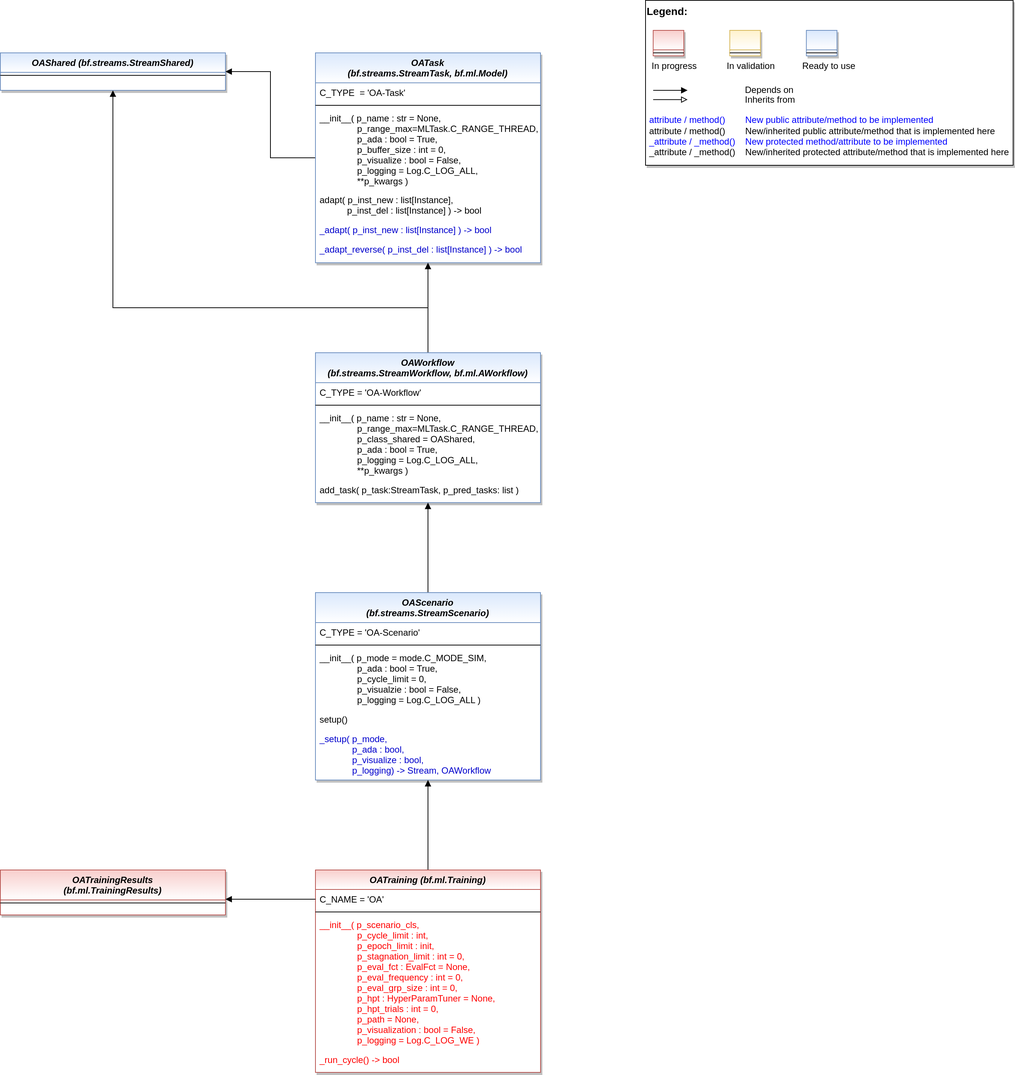
The draw.io diagram doc/rtd/content/99_appendices/appendix2/sub/core/mlpro_oa/streams/images/MLPro-OA-Stream-Processing_class_diagram.drawio.png in fhswf/MLPro, before a commit. Source tidied: cells renumbered, new cells last; positions are measured from the earlier drawing's top-left corner, leaving out a move shared by most shapes. Its diagram source:
```xml
<mxGraphModel>
  <root>
    <mxCell id="0" />
    <mxCell id="1" parent="0" />
    <mxCell id="2" style="edgeStyle=orthogonalEdgeStyle;rounded=0;jettySize=auto;html=1;fontColor=#FF0000;endArrow=block;endFill=1;" parent="1" edge="1" source="3" target="42">
      <mxGeometry relative="1" as="geometry" />
    </mxCell>
    <mxCell id="3" value="OATask &#10;(bf.streams.StreamTask, bf.ml.Model)" style="swimlane;fontStyle=3;align=center;verticalAlign=top;horizontal=1;startSize=40;rounded=0;shadow=1;strokeWidth=1;fillColor=#dae8fc;strokeColor=#6c8ebf;swimlaneFillColor=#ffffff;gradientColor=#FFFFFF;" parent="1" vertex="1">
      <mxGeometry x="420" y="70" width="300" height="280" as="geometry" />
    </mxCell>
    <mxCell id="4" value="C_TYPE  = 'OA-Task'" style="text;align=left;verticalAlign=top;spacingLeft=4;spacingRight=4;overflow=hidden;" parent="3" vertex="1">
      <mxGeometry y="40" width="300" height="26" as="geometry" />
    </mxCell>
    <mxCell id="5" style="line;html=1;strokeWidth=1;align=left;verticalAlign=middle;spacingTop=-1;spacingLeft=3;spacingRight=3;labelPosition=right;" parent="3" vertex="1">
      <mxGeometry y="66" width="300" height="8" as="geometry" />
    </mxCell>
    <mxCell id="6" value="__init__( p_name : str = None,&#10;               p_range_max=MLTask.C_RANGE_THREAD,&#10;               p_ada : bool = True,&#10;               p_buffer_size : int = 0,&#10;               p_visualize : bool = False,&#10;               p_logging = Log.C_LOG_ALL,&#10;               **p_kwargs )" style="text;align=left;verticalAlign=top;spacingLeft=4;spacingRight=4;overflow=hidden;fontColor=default;" parent="3" vertex="1">
      <mxGeometry y="74" width="300" height="109" as="geometry" />
    </mxCell>
    <mxCell id="7" value="adapt( p_inst_new : list[Instance],&#10;           p_inst_del : list[Instance] ) -&gt; bool" style="text;align=left;verticalAlign=top;spacingLeft=4;spacingRight=4;overflow=hidden;fontColor=default;" parent="3" vertex="1">
      <mxGeometry y="183" width="300" height="40" as="geometry" />
    </mxCell>
    <mxCell id="8" value="_adapt( p_inst_new : list[Instance] ) -&gt; bool" style="text;align=left;verticalAlign=top;spacingLeft=4;spacingRight=4;overflow=hidden;fontColor=#0000CC;" parent="3" vertex="1">
      <mxGeometry y="223" width="300" height="26" as="geometry" />
    </mxCell>
    <mxCell id="9" value="_adapt_reverse( p_inst_del : list[Instance] ) -&gt; bool" style="text;align=left;verticalAlign=top;spacingLeft=4;spacingRight=4;overflow=hidden;fontColor=#0000CC;" parent="3" vertex="1">
      <mxGeometry y="249" width="300" height="26" as="geometry" />
    </mxCell>
    <mxCell id="10" style="group;" parent="1" vertex="1">
      <mxGeometry x="860" width="490" height="220" as="geometry" />
    </mxCell>
    <mxCell id="11" value="&lt;font color=&quot;#000000&quot; size=&quot;1&quot;&gt;&lt;b style=&quot;font-size: 14px&quot;&gt;Legend:&lt;br&gt;&lt;/b&gt;&lt;/font&gt;&lt;br&gt;&lt;br&gt;&lt;br&gt;&lt;font color=&quot;#0000ff&quot; style=&quot;font-size: 6px&quot;&gt;&lt;br&gt;&lt;/font&gt;&lt;span style=&quot;color: rgb(0 , 0 , 0)&quot;&gt;&lt;font style=&quot;font-size: 4px&quot;&gt;&amp;nbsp; &amp;nbsp;&lt;/font&gt;&amp;nbsp;In progress&amp;nbsp; &amp;nbsp; &amp;nbsp; &amp;nbsp; &amp;nbsp; &amp;nbsp; In validation&amp;nbsp; &amp;nbsp; &amp;nbsp; &amp;nbsp; &amp;nbsp; &amp;nbsp;Ready to use&lt;/span&gt;&lt;font color=&quot;#000000&quot;&gt;&amp;nbsp;&lt;br&gt;&lt;/font&gt;&lt;font color=&quot;#0000ff&quot;&gt;&lt;br&gt;&lt;br&gt;&lt;br&gt;&lt;br&gt;&amp;nbsp;attribute / method()&amp;nbsp; &amp;nbsp; &amp;nbsp; &amp;nbsp; New public attribute/method to be implemented&lt;/font&gt;&lt;br&gt;&lt;font color=&quot;#000000&quot;&gt;&amp;nbsp;&lt;/font&gt;&lt;font color=&quot;#000000&quot;&gt;attribute / method()&lt;span&gt;&#9;&lt;/span&gt;&amp;nbsp; &amp;nbsp; &amp;nbsp; &amp;nbsp;New/inherited public attribute/method that is implemented here&lt;br&gt;&lt;/font&gt;&lt;font color=&quot;#0000ff&quot;&gt;&amp;nbsp;_attribute /&amp;nbsp;&lt;/font&gt;&lt;font color=&quot;#0000ff&quot;&gt;_method()&amp;nbsp; &amp;nbsp; New protected method/attribute to be implemented&lt;/font&gt;&lt;br&gt;&lt;font color=&quot;#000000&quot;&gt;&amp;nbsp;_attribute / _method()&amp;nbsp; &amp;nbsp; New/inherited protected attribute/method that is implemented here&lt;br&gt;&lt;/font&gt;&lt;font color=&quot;#000000&quot;&gt;&lt;br&gt;&lt;br&gt;&lt;br&gt;&lt;br&gt;&lt;br&gt;&lt;/font&gt;" style="text;html=1;align=left;verticalAlign=top;whiteSpace=wrap;rounded=0;fontColor=#006600;strokeColor=#000000;shadow=1;fillColor=#ffffff;" parent="10" vertex="1">
      <mxGeometry width="490" height="220" as="geometry" />
    </mxCell>
    <mxCell id="12" value="Depends on" style="endArrow=block;html=1;labelPosition=right;verticalLabelPosition=middle;align=left;verticalAlign=middle;endFill=1;fontSize=12;" parent="10" edge="1">
      <mxGeometry x="-1623.1" y="-2180" as="geometry">
        <mxPoint x="10.2" y="120" as="sourcePoint" />
        <mxPoint x="56" y="120" as="targetPoint" />
        <Array as="points">
          <mxPoint x="30.6" y="120" />
        </Array>
        <mxPoint x="98" as="offset" />
      </mxGeometry>
    </mxCell>
    <mxCell id="13" value="Inherits from" style="endArrow=block;html=1;labelPosition=right;verticalLabelPosition=middle;align=left;verticalAlign=middle;endFill=0;fontSize=12;" parent="10" edge="1">
      <mxGeometry x="-1623.1" y="-2180" as="geometry">
        <mxPoint x="10.2" y="132.4" as="sourcePoint" />
        <mxPoint x="56" y="132.4" as="targetPoint" />
        <mxPoint x="98" y="1" as="offset" />
      </mxGeometry>
    </mxCell>
    <mxCell id="14" style="swimlane;fontStyle=3;align=center;verticalAlign=top;horizontal=1;startSize=26;rounded=0;shadow=1;strokeWidth=1;fillColor=#f8cecc;strokeColor=#b85450;gradientColor=#ffffff;swimlaneFillColor=#ffffff;" parent="10" vertex="1">
      <mxGeometry x="10.2" y="40" width="40.8" height="34" as="geometry" />
    </mxCell>
    <mxCell id="15" style="line;html=1;strokeWidth=1;align=left;verticalAlign=middle;spacingTop=-1;spacingLeft=3;spacingRight=3;labelPosition=right;" parent="14" vertex="1">
      <mxGeometry y="26" width="40.8" height="8" as="geometry" />
    </mxCell>
    <mxCell id="16" style="swimlane;fontStyle=3;align=center;verticalAlign=top;horizontal=1;startSize=26;rounded=0;shadow=1;strokeWidth=1;fillColor=#fff2cc;strokeColor=#d6b656;gradientColor=#ffffff;swimlaneFillColor=#ffffff;" parent="10" vertex="1">
      <mxGeometry x="112.3" y="40" width="40.8" height="34" as="geometry" />
    </mxCell>
    <mxCell id="17" style="line;html=1;strokeWidth=1;align=left;verticalAlign=middle;spacingTop=-1;spacingLeft=3;spacingRight=3;labelPosition=right;" parent="16" vertex="1">
      <mxGeometry y="26" width="40.8" height="8" as="geometry" />
    </mxCell>
    <mxCell id="18" style="swimlane;fontStyle=3;align=center;verticalAlign=top;horizontal=1;startSize=26;rounded=0;shadow=1;strokeWidth=1;fillColor=#dae8fc;strokeColor=#6c8ebf;gradientColor=#ffffff;swimlaneFillColor=#ffffff;" parent="10" vertex="1">
      <mxGeometry x="214.4" y="40" width="40.8" height="34" as="geometry" />
    </mxCell>
    <mxCell id="19" style="line;html=1;strokeWidth=1;align=left;verticalAlign=middle;spacingTop=-1;spacingLeft=3;spacingRight=3;labelPosition=right;" parent="18" vertex="1">
      <mxGeometry y="26" width="40.8" height="8" as="geometry" />
    </mxCell>
    <mxCell id="20" style="edgeStyle=orthogonalEdgeStyle;rounded=0;jettySize=auto;html=1;entryX=0.5;entryY=1;entryDx=0;entryDy=0;fontColor=#0000FF;endArrow=block;endFill=1;" parent="1" edge="1" source="22" target="3">
      <mxGeometry relative="1" as="geometry" />
    </mxCell>
    <mxCell id="21" style="edgeStyle=orthogonalEdgeStyle;rounded=0;jettySize=auto;html=1;fontColor=#FF0000;endArrow=block;endFill=1;exitX=0.5;exitY=0;exitDx=0;exitDy=0;entryX=0.5;entryY=1;entryDx=0;entryDy=0;" parent="1" edge="1" source="22" target="42">
      <mxGeometry relative="1" as="geometry">
        <Array as="points">
          <mxPoint x="570" y="410" />
          <mxPoint x="150" y="410" />
        </Array>
      </mxGeometry>
    </mxCell>
    <mxCell id="22" value="OAWorkflow &#10;(bf.streams.StreamWorkflow, bf.ml.AWorkflow)" style="swimlane;fontStyle=3;align=center;verticalAlign=top;horizontal=1;startSize=40;rounded=0;shadow=1;strokeWidth=1;fillColor=#dae8fc;strokeColor=#6c8ebf;swimlaneFillColor=#ffffff;gradientColor=#FFFFFF;" parent="1" vertex="1">
      <mxGeometry x="420" y="470" width="300" height="200" as="geometry" />
    </mxCell>
    <mxCell id="23" value="C_TYPE = 'OA-Workflow'" style="text;align=left;verticalAlign=top;spacingLeft=4;spacingRight=4;overflow=hidden;" parent="22" vertex="1">
      <mxGeometry y="40" width="300" height="26" as="geometry" />
    </mxCell>
    <mxCell id="24" style="line;html=1;strokeWidth=1;align=left;verticalAlign=middle;spacingTop=-1;spacingLeft=3;spacingRight=3;labelPosition=right;" parent="22" vertex="1">
      <mxGeometry y="66" width="300" height="8" as="geometry" />
    </mxCell>
    <mxCell id="25" value="__init__( p_name : str = None,&#10;               p_range_max=MLTask.C_RANGE_THREAD,&#10;               p_class_shared = OAShared,&#10;               p_ada : bool = True,&#10;               p_logging = Log.C_LOG_ALL,&#10;               **p_kwargs )" style="text;align=left;verticalAlign=top;spacingLeft=4;spacingRight=4;overflow=hidden;fontColor=default;" parent="22" vertex="1">
      <mxGeometry y="74" width="300" height="96" as="geometry" />
    </mxCell>
    <mxCell id="26" value="add_task( p_task:StreamTask, p_pred_tasks: list )" style="text;align=left;verticalAlign=top;spacingLeft=4;spacingRight=4;overflow=hidden;fontColor=default;" parent="22" vertex="1">
      <mxGeometry y="170" width="300" height="26" as="geometry" />
    </mxCell>
    <mxCell id="27" style="edgeStyle=orthogonalEdgeStyle;rounded=0;jettySize=auto;html=1;endArrow=block;endFill=1;fontColor=#0000FF;" parent="1" edge="1" source="28" target="22">
      <mxGeometry relative="1" as="geometry" />
    </mxCell>
    <mxCell id="28" value="OAScenario &#10;(bf.streams.StreamScenario)" style="swimlane;fontStyle=3;align=center;verticalAlign=top;horizontal=1;startSize=40;rounded=0;shadow=1;strokeWidth=1;fillColor=#dae8fc;strokeColor=#6c8ebf;swimlaneFillColor=#ffffff;gradientColor=#FFFFFF;" parent="1" vertex="1">
      <mxGeometry x="420" y="790" width="300" height="250" as="geometry" />
    </mxCell>
    <mxCell id="29" value="C_TYPE = 'OA-Scenario'" style="text;align=left;verticalAlign=top;spacingLeft=4;spacingRight=4;overflow=hidden;" parent="28" vertex="1">
      <mxGeometry y="40" width="300" height="26" as="geometry" />
    </mxCell>
    <mxCell id="30" style="line;html=1;strokeWidth=1;align=left;verticalAlign=middle;spacingTop=-1;spacingLeft=3;spacingRight=3;labelPosition=right;" parent="28" vertex="1">
      <mxGeometry y="66" width="300" height="8" as="geometry" />
    </mxCell>
    <mxCell id="31" value="__init__( p_mode = mode.C_MODE_SIM,&#10;               p_ada : bool = True,&#10;               p_cycle_limit = 0,&#10;               p_visualzie : bool = False,&#10;               p_logging = Log.C_LOG_ALL )" style="text;align=left;verticalAlign=top;spacingLeft=4;spacingRight=4;overflow=hidden;fontColor=default;" parent="28" vertex="1">
      <mxGeometry y="74" width="300" height="82" as="geometry" />
    </mxCell>
    <mxCell id="32" value="setup()" style="text;align=left;verticalAlign=top;spacingLeft=4;spacingRight=4;overflow=hidden;fontColor=default;" parent="28" vertex="1">
      <mxGeometry y="156" width="300" height="26" as="geometry" />
    </mxCell>
    <mxCell id="33" value="_setup( p_mode, &#10;             p_ada : bool, &#10;             p_visualize : bool,&#10;             p_logging) -&gt; Stream, OAWorkflow" style="text;align=left;verticalAlign=top;spacingLeft=4;spacingRight=4;overflow=hidden;fontColor=#0000CC;" parent="28" vertex="1">
      <mxGeometry y="182" width="300" height="66" as="geometry" />
    </mxCell>
    <mxCell id="34" style="edgeStyle=orthogonalEdgeStyle;rounded=0;jettySize=auto;html=1;entryX=0.5;entryY=1;entryDx=0;entryDy=0;endArrow=block;endFill=1;fontColor=#0000FF;" parent="1" edge="1" source="35" target="28">
      <mxGeometry relative="1" as="geometry" />
    </mxCell>
    <mxCell id="35" value="OATraining (bf.ml.Training)" style="swimlane;fontStyle=3;align=center;verticalAlign=top;horizontal=1;startSize=26;rounded=0;shadow=1;strokeWidth=1;fillColor=#f8cecc;strokeColor=#b85450;swimlaneFillColor=#ffffff;gradientColor=#ffffff;" parent="1" vertex="1">
      <mxGeometry x="420" y="1160" width="300" height="270" as="geometry" />
    </mxCell>
    <mxCell id="36" value="C_NAME = 'OA'" style="text;align=left;verticalAlign=top;spacingLeft=4;spacingRight=4;overflow=hidden;points=[[0,0.5],[1,0.5]];portConstraint=eastwest;" parent="35" vertex="1">
      <mxGeometry y="26" width="300" height="26" as="geometry" />
    </mxCell>
    <mxCell id="37" style="line;html=1;strokeWidth=1;align=left;verticalAlign=middle;spacingTop=-1;spacingLeft=3;spacingRight=3;labelPosition=right;" parent="35" vertex="1">
      <mxGeometry y="52" width="300" height="8" as="geometry" />
    </mxCell>
    <mxCell id="38" value="__init__( p_scenario_cls,&#10;               p_cycle_limit : int,&#10;               p_epoch_limit : init,&#10;               p_stagnation_limit : int = 0,&#10;               p_eval_fct : EvalFct = None,&#10;               p_eval_frequency : int = 0,&#10;               p_eval_grp_size : int = 0,&#10;               p_hpt : HyperParamTuner = None,&#10;               p_hpt_trials : int = 0,&#10;               p_path = None, &#10;               p_visualization : bool = False,&#10;               p_logging = Log.C_LOG_WE )&#10;               &#10;               " style="text;align=left;verticalAlign=top;spacingLeft=4;spacingRight=4;overflow=hidden;fontColor=#FF0000;" parent="35" vertex="1">
      <mxGeometry y="60" width="300" height="180" as="geometry" />
    </mxCell>
    <mxCell id="39" value="_run_cycle() -&gt; bool" style="text;align=left;verticalAlign=top;spacingLeft=4;spacingRight=4;overflow=hidden;fontColor=#FF0000;" parent="35" vertex="1">
      <mxGeometry y="240" width="300" height="24" as="geometry" />
    </mxCell>
    <mxCell id="40" value="OATrainingResults &#10;(bf.ml.TrainingResults)" style="swimlane;fontStyle=3;align=center;verticalAlign=top;horizontal=1;startSize=40;rounded=0;shadow=1;strokeWidth=1;fillColor=#f8cecc;strokeColor=#b85450;swimlaneFillColor=#ffffff;gradientColor=#ffffff;" parent="1" vertex="1">
      <mxGeometry y="1160" width="300" height="60" as="geometry" />
    </mxCell>
    <mxCell id="41" style="line;html=1;strokeWidth=1;align=left;verticalAlign=middle;spacingTop=-1;spacingLeft=3;spacingRight=3;labelPosition=right;" parent="40" vertex="1">
      <mxGeometry y="40" width="300" height="8" as="geometry" />
    </mxCell>
    <mxCell id="42" value="OAShared (bf.streams.StreamShared)" style="swimlane;fontStyle=3;align=center;verticalAlign=top;horizontal=1;startSize=26;rounded=0;shadow=1;strokeWidth=1;fillColor=#dae8fc;strokeColor=#6c8ebf;swimlaneFillColor=#ffffff;gradientColor=#FFFFFF;" parent="1" vertex="1">
      <mxGeometry y="70" width="300" height="50" as="geometry" />
    </mxCell>
    <mxCell id="43" style="line;html=1;strokeWidth=1;align=left;verticalAlign=middle;spacingTop=-1;spacingLeft=3;spacingRight=3;labelPosition=right;" parent="42" vertex="1">
      <mxGeometry y="26" width="300" height="8" as="geometry" />
    </mxCell>
    <mxCell id="44" style="edgeStyle=orthogonalEdgeStyle;rounded=0;jettySize=auto;html=1;fontSize=14;fontColor=#0000CC;endArrow=block;endFill=1;" parent="1" edge="1" source="36" target="40">
      <mxGeometry relative="1" as="geometry">
        <Array as="points">
          <mxPoint x="290" y="1199" />
          <mxPoint x="290" y="1199" />
        </Array>
      </mxGeometry>
    </mxCell>
  </root>
</mxGraphModel>
```
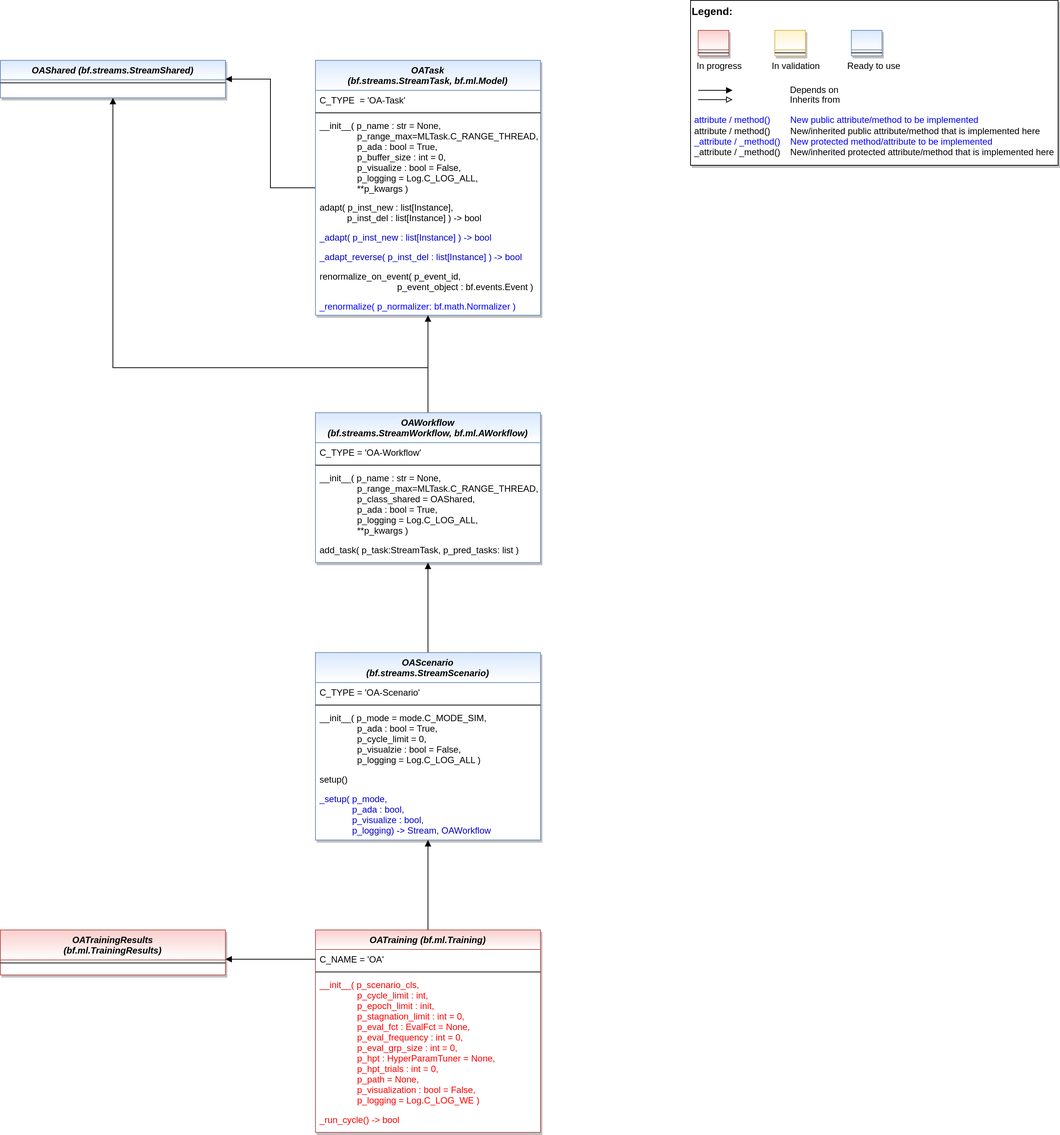
The same file after the commit.

Diff of the diagram source:
```diff
@@ -6,7 +6,7 @@
       <mxGeometry relative="1" as="geometry" />
     </mxCell>
     <mxCell id="3" value="OATask &#10;(bf.streams.StreamTask, bf.ml.Model)" style="swimlane;fontStyle=3;align=center;verticalAlign=top;horizontal=1;startSize=40;rounded=0;shadow=1;strokeWidth=1;fillColor=#dae8fc;strokeColor=#6c8ebf;swimlaneFillColor=#ffffff;gradientColor=#FFFFFF;" parent="1" vertex="1">
-      <mxGeometry x="420" y="70" width="300" height="280" as="geometry" />
+      <mxGeometry x="420" width="300" height="340" as="geometry" />
     </mxCell>
     <mxCell id="4" value="C_TYPE  = 'OA-Task'" style="text;align=left;verticalAlign=top;spacingLeft=4;spacingRight=4;overflow=hidden;" parent="3" vertex="1">
       <mxGeometry y="40" width="300" height="26" as="geometry" />
@@ -26,8 +26,14 @@
     <mxCell id="9" value="_adapt_reverse( p_inst_del : list[Instance] ) -&gt; bool" style="text;align=left;verticalAlign=top;spacingLeft=4;spacingRight=4;overflow=hidden;fontColor=#0000CC;" parent="3" vertex="1">
       <mxGeometry y="249" width="300" height="26" as="geometry" />
     </mxCell>
+    <mxCell id="45" value="renormalize_on_event( p_event_id, &#10;                               p_event_object : bf.events.Event )" style="text;align=left;verticalAlign=top;spacingLeft=4;spacingRight=4;overflow=hidden;fontColor=default;" parent="3" vertex="1">
+      <mxGeometry y="275" width="300" height="40" as="geometry" />
+    </mxCell>
+    <mxCell id="46" value="_renormalize( p_normalizer: bf.math.Normalizer )" style="text;align=left;verticalAlign=top;spacingLeft=4;spacingRight=4;overflow=hidden;fontColor=#0000FF;" parent="3" vertex="1">
+      <mxGeometry y="315" width="300" height="25" as="geometry" />
+    </mxCell>
     <mxCell id="10" style="group;" parent="1" vertex="1">
-      <mxGeometry x="860" width="490" height="220" as="geometry" />
+      <mxGeometry x="920" y="-80" width="490" height="220" as="geometry" />
     </mxCell>
     <mxCell id="11" value="&lt;font color=&quot;#000000&quot; size=&quot;1&quot;&gt;&lt;b style=&quot;font-size: 14px&quot;&gt;Legend:&lt;br&gt;&lt;/b&gt;&lt;/font&gt;&lt;br&gt;&lt;br&gt;&lt;br&gt;&lt;font color=&quot;#0000ff&quot; style=&quot;font-size: 6px&quot;&gt;&lt;br&gt;&lt;/font&gt;&lt;span style=&quot;color: rgb(0 , 0 , 0)&quot;&gt;&lt;font style=&quot;font-size: 4px&quot;&gt;&amp;nbsp; &amp;nbsp;&lt;/font&gt;&amp;nbsp;In progress&amp;nbsp; &amp;nbsp; &amp;nbsp; &amp;nbsp; &amp;nbsp; &amp;nbsp; In validation&amp;nbsp; &amp;nbsp; &amp;nbsp; &amp;nbsp; &amp;nbsp; &amp;nbsp;Ready to use&lt;/span&gt;&lt;font color=&quot;#000000&quot;&gt;&amp;nbsp;&lt;br&gt;&lt;/font&gt;&lt;font color=&quot;#0000ff&quot;&gt;&lt;br&gt;&lt;br&gt;&lt;br&gt;&lt;br&gt;&amp;nbsp;attribute / method()&amp;nbsp; &amp;nbsp; &amp;nbsp; &amp;nbsp; New public attribute/method to be implemented&lt;/font&gt;&lt;br&gt;&lt;font color=&quot;#000000&quot;&gt;&amp;nbsp;&lt;/font&gt;&lt;font color=&quot;#000000&quot;&gt;attribute / method()&lt;span&gt;&#9;&lt;/span&gt;&amp;nbsp; &amp;nbsp; &amp;nbsp; &amp;nbsp;New/inherited public attribute/method that is implemented here&lt;br&gt;&lt;/font&gt;&lt;font color=&quot;#0000ff&quot;&gt;&amp;nbsp;_attribute /&amp;nbsp;&lt;/font&gt;&lt;font color=&quot;#0000ff&quot;&gt;_method()&amp;nbsp; &amp;nbsp; New protected method/attribute to be implemented&lt;/font&gt;&lt;br&gt;&lt;font color=&quot;#000000&quot;&gt;&amp;nbsp;_attribute / _method()&amp;nbsp; &amp;nbsp; New/inherited protected attribute/method that is implemented here&lt;br&gt;&lt;/font&gt;&lt;font color=&quot;#000000&quot;&gt;&lt;br&gt;&lt;br&gt;&lt;br&gt;&lt;br&gt;&lt;br&gt;&lt;/font&gt;" style="text;html=1;align=left;verticalAlign=top;whiteSpace=wrap;rounded=0;fontColor=#006600;strokeColor=#000000;shadow=1;fillColor=#ffffff;" parent="10" vertex="1">
       <mxGeometry width="490" height="220" as="geometry" />
@@ -139,7 +145,7 @@
       <mxGeometry y="40" width="300" height="8" as="geometry" />
     </mxCell>
     <mxCell id="42" value="OAShared (bf.streams.StreamShared)" style="swimlane;fontStyle=3;align=center;verticalAlign=top;horizontal=1;startSize=26;rounded=0;shadow=1;strokeWidth=1;fillColor=#dae8fc;strokeColor=#6c8ebf;swimlaneFillColor=#ffffff;gradientColor=#FFFFFF;" parent="1" vertex="1">
-      <mxGeometry y="70" width="300" height="50" as="geometry" />
+      <mxGeometry width="300" height="50" as="geometry" />
     </mxCell>
     <mxCell id="43" style="line;html=1;strokeWidth=1;align=left;verticalAlign=middle;spacingTop=-1;spacingLeft=3;spacingRight=3;labelPosition=right;" parent="42" vertex="1">
       <mxGeometry y="26" width="300" height="8" as="geometry" />
```
